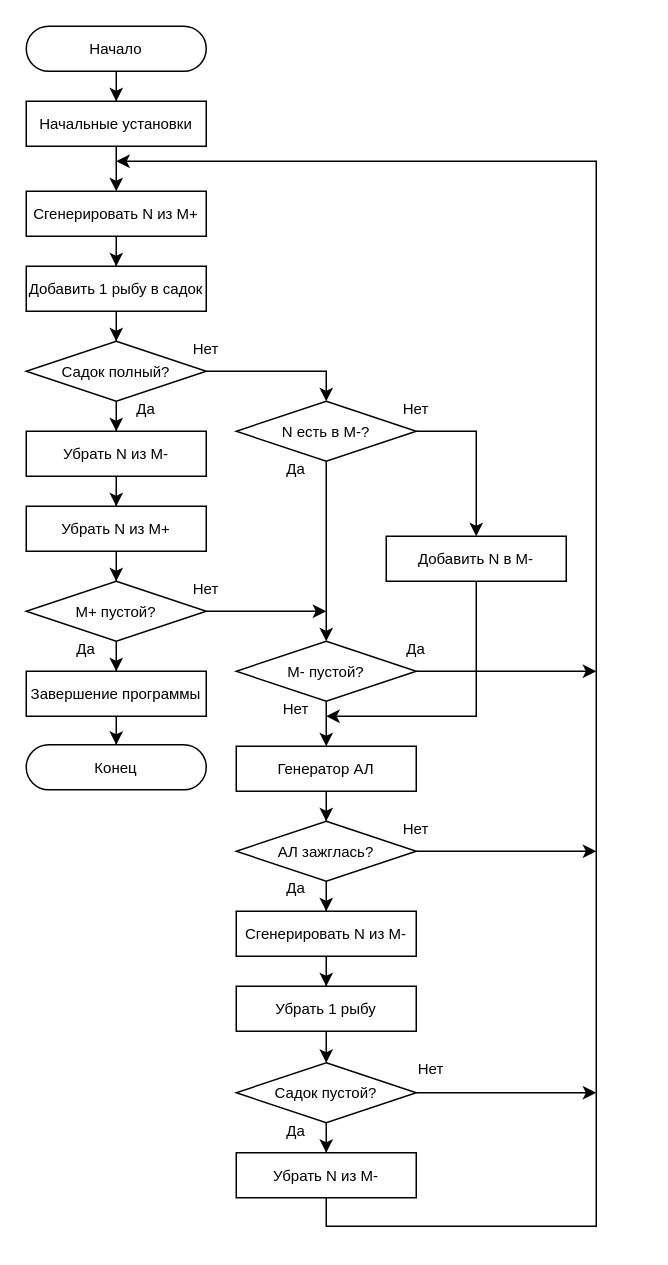
mkstas/LearningVyatSu keeps this draw.io diagram as automata-theory/labaratory-work-1/schema.drawio. Above is the earlier version. Source tidied: cells renumbered, new cells numbered last; positions are measured from the earlier drawing's top-left corner, leaving out a move shared by most shapes. Both pictures are drawn from the tidied source at 150%, with x=0, y=0 at pixel (26, 26).
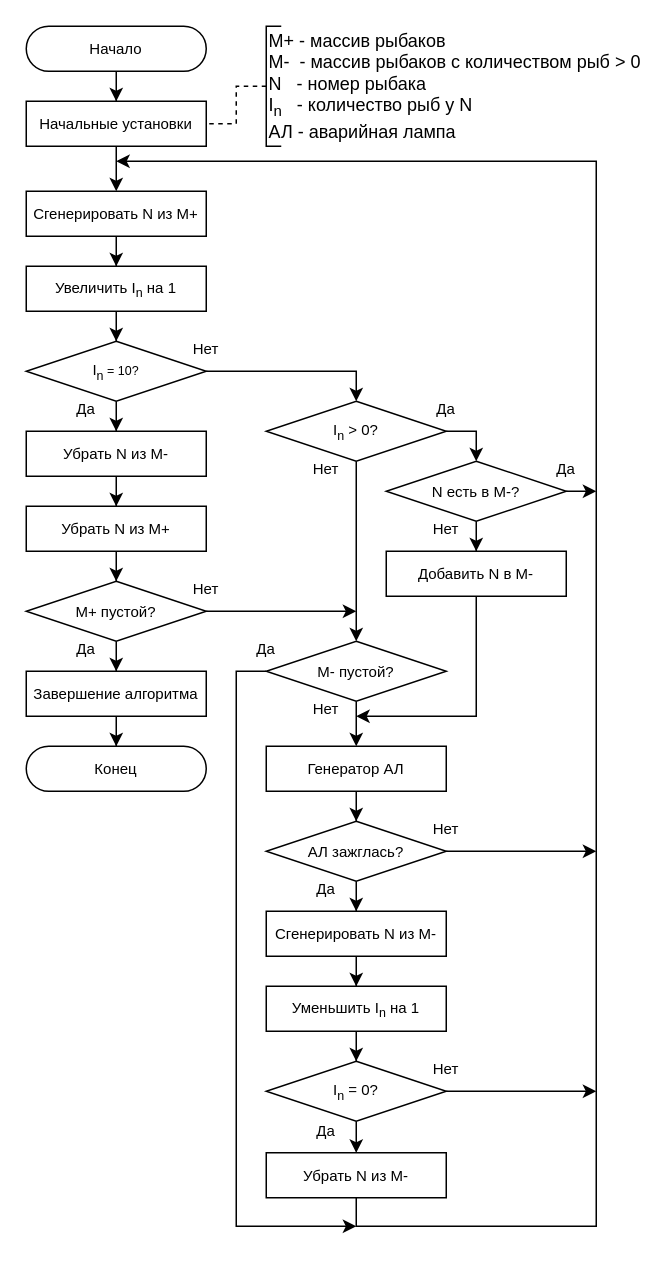
Above is the later version.

Unchanged cells that the change refers to:
```xml
<mxCell id="5" value="Начальные установки" style="rounded=0;whiteSpace=wrap;html=1;fontSize=10;" parent="1" vertex="1">
  <mxGeometry y="50" width="120" height="30" as="geometry" />
</mxCell>
<mxCell id="7" value="Сгенерировать N из M+" style="rounded=0;whiteSpace=wrap;html=1;fontSize=10;" parent="1" vertex="1">
  <mxGeometry y="110" width="120" height="30" as="geometry" />
</mxCell>
<mxCell id="14" value="Убрать N из M-" style="rounded=0;whiteSpace=wrap;html=1;fontSize=10;" parent="1" vertex="1">
  <mxGeometry y="270" width="120" height="30" as="geometry" />
</mxCell>
<mxCell id="20" value="M+ пустой?" style="rhombus;whiteSpace=wrap;html=1;fontSize=10;" parent="1" vertex="1">
  <mxGeometry y="370" width="120" height="40" as="geometry" />
</mxCell>
```

Change to the diagram source:
```diff
@@
-    <mxCell id="6" style="edgeStyle=orthogonalEdgeStyle;rounded=0;jettySize=auto;html=1;" parent="1" edge="1" source="7" target="9">
-      <mxGeometry relative="1" as="geometry" />
-    </mxCell>
+    <mxCell id="57" style="edgeStyle=orthogonalEdgeStyle;rounded=0;jettySize=auto;html=1;" parent="1" edge="1" source="7" target="59">
+      <mxGeometry relative="1" as="geometry" />
+    </mxCell>
@@
-    <mxCell id="8" style="edgeStyle=orthogonalEdgeStyle;rounded=0;jettySize=auto;html=1;" parent="1" edge="1" source="9" target="12">
-      <mxGeometry relative="1" as="geometry" />
-    </mxCell>
-    <mxCell id="9" value="Добавить 1 рыбу в садок" style="rounded=0;whiteSpace=wrap;html=1;fontSize=10;" parent="1" vertex="1">
-      <mxGeometry y="160" width="120" height="30" as="geometry" />
-    </mxCell>
-    <mxCell id="10" style="edgeStyle=orthogonalEdgeStyle;rounded=0;jettySize=auto;html=1;" parent="1" edge="1" source="12" target="14">
-      <mxGeometry relative="1" as="geometry" />
-    </mxCell>
-    <mxCell id="11" style="edgeStyle=orthogonalEdgeStyle;rounded=0;jettySize=auto;html=1;" parent="1" edge="1" source="12" target="23">
-      <mxGeometry relative="1" as="geometry">
-        <Array as="points">
-          <mxPoint x="200" y="230" />
-        </Array>
-      </mxGeometry>
-    </mxCell>
-    <mxCell id="12" value="Садок полный?" style="rhombus;whiteSpace=wrap;html=1;fontSize=10;" parent="1" vertex="1">
-      <mxGeometry y="210" width="120" height="40" as="geometry" />
-    </mxCell>
+    <mxCell id="58" style="edgeStyle=orthogonalEdgeStyle;rounded=0;jettySize=auto;html=1;" parent="1" edge="1" source="59" target="62">
+      <mxGeometry relative="1" as="geometry" />
+    </mxCell>
+    <mxCell id="59" value="Увеличить I&lt;sub&gt;n&lt;/sub&gt; на 1" style="rounded=0;whiteSpace=wrap;html=1;fontSize=10;" parent="1" vertex="1">
+      <mxGeometry y="160" width="120" height="30" as="geometry" />
+    </mxCell>
+    <mxCell id="60" style="edgeStyle=orthogonalEdgeStyle;rounded=0;jettySize=auto;html=1;" parent="1" edge="1" source="62" target="14">
+      <mxGeometry relative="1" as="geometry" />
+    </mxCell>
+    <mxCell id="61" style="edgeStyle=orthogonalEdgeStyle;rounded=0;jettySize=auto;html=1;" parent="1" edge="1" source="62" target="70">
+      <mxGeometry relative="1" as="geometry">
+        <Array as="points">
+          <mxPoint x="220" y="230" />
+        </Array>
+      </mxGeometry>
+    </mxCell>
+    <mxCell id="62" value="I&lt;sub&gt;n&lt;/sub&gt;&lt;span style=&quot;font-size: 8.33333px;&quot;&gt;&amp;nbsp;= 10?&lt;/span&gt;" style="rhombus;whiteSpace=wrap;html=1;fontSize=10;" parent="1" vertex="1">
+      <mxGeometry y="210" width="120" height="40" as="geometry" />
+    </mxCell>
@@
-    <mxCell id="17" value="Да" style="text;html=1;whiteSpace=wrap;strokeColor=none;fillColor=none;align=center;verticalAlign=middle;rounded=0;spacing=2;fontSize=10;" parent="1" vertex="1">
-      <mxGeometry x="50" y="240" width="60" height="30" as="geometry" />
-    </mxCell>
-    <mxCell id="18" style="edgeStyle=orthogonalEdgeStyle;rounded=0;jettySize=auto;html=1;" parent="1" edge="1" source="20">
-      <mxGeometry relative="1" as="geometry">
-        <mxPoint x="200" y="390" as="targetPoint" />
-      </mxGeometry>
-    </mxCell>
-    <mxCell id="19" style="edgeStyle=orthogonalEdgeStyle;rounded=0;jettySize=auto;html=1;" parent="1" edge="1" source="20" target="45">
-      <mxGeometry relative="1" as="geometry" />
-    </mxCell>
+    <mxCell id="63" style="edgeStyle=orthogonalEdgeStyle;rounded=0;jettySize=auto;html=1;" parent="1" edge="1" source="20" target="66">
+      <mxGeometry relative="1" as="geometry" />
+    </mxCell>
+    <mxCell id="64" style="edgeStyle=orthogonalEdgeStyle;rounded=0;jettySize=auto;html=1;" parent="1" edge="1" source="20">
+      <mxGeometry relative="1" as="geometry">
+        <mxPoint x="220" y="390" as="targetPoint" />
+      </mxGeometry>
+    </mxCell>
@@
-    <mxCell id="21" style="edgeStyle=orthogonalEdgeStyle;rounded=0;jettySize=auto;html=1;" parent="1" edge="1" source="23" target="27">
-      <mxGeometry relative="1" as="geometry" />
-    </mxCell>
-    <mxCell id="22" style="edgeStyle=orthogonalEdgeStyle;rounded=0;jettySize=auto;html=1;" parent="1" edge="1" source="23" target="29">
-      <mxGeometry relative="1" as="geometry">
-        <Array as="points">
-          <mxPoint x="300" y="270" />
-        </Array>
-      </mxGeometry>
-    </mxCell>
-    <mxCell id="23" value="N есть в M-?" style="rhombus;whiteSpace=wrap;html=1;fontSize=10;" parent="1" vertex="1">
-      <mxGeometry x="140" y="250" width="120" height="40" as="geometry" />
-    </mxCell>
+    <mxCell id="65" style="edgeStyle=orthogonalEdgeStyle;rounded=0;jettySize=auto;html=1;" parent="1" edge="1" source="66" target="46">
+      <mxGeometry relative="1" as="geometry" />
+    </mxCell>
+    <mxCell id="66" value="Завершение алгоритма" style="rounded=0;whiteSpace=wrap;html=1;fontSize=10;" parent="1" vertex="1">
+      <mxGeometry y="430" width="120" height="30" as="geometry" />
+    </mxCell>
+    <mxCell id="46" value="Конец" style="rounded=1;whiteSpace=wrap;html=1;arcSize=50;fontSize=10;" parent="1" vertex="1">
+      <mxGeometry y="480" width="120" height="30" as="geometry" />
+    </mxCell>
+    <mxCell id="67" value="Да" style="text;html=1;whiteSpace=wrap;strokeColor=none;fillColor=none;align=center;verticalAlign=middle;rounded=0;spacing=2;fontSize=10;" parent="1" vertex="1">
+      <mxGeometry x="10" y="240" width="60" height="30" as="geometry" />
+    </mxCell>
+    <mxCell id="49" value="Да" style="text;html=1;whiteSpace=wrap;strokeColor=none;fillColor=none;align=center;verticalAlign=middle;rounded=0;spacing=2;fontSize=10;" parent="1" vertex="1">
+      <mxGeometry x="10" y="400" width="60" height="30" as="geometry" />
+    </mxCell>
@@
+    <mxCell id="68" style="edgeStyle=orthogonalEdgeStyle;rounded=0;jettySize=auto;html=1;" parent="1" edge="1" source="70" target="27">
+      <mxGeometry relative="1" as="geometry" />
+    </mxCell>
+    <mxCell id="69" style="edgeStyle=orthogonalEdgeStyle;rounded=0;jettySize=auto;html=1;" parent="1" edge="1" source="70" target="23">
+      <mxGeometry relative="1" as="geometry">
+        <Array as="points">
+          <mxPoint x="300" y="270" />
+        </Array>
+      </mxGeometry>
+    </mxCell>
+    <mxCell id="70" value="I&lt;sub&gt;n&lt;/sub&gt; &amp;gt; 0?" style="rhombus;whiteSpace=wrap;html=1;fontSize=10;" parent="1" vertex="1">
+      <mxGeometry x="160" y="250" width="120" height="40" as="geometry" />
+    </mxCell>
@@
-    <mxCell id="26" style="edgeStyle=orthogonalEdgeStyle;rounded=0;jettySize=auto;html=1;" parent="1" edge="1" source="27">
-      <mxGeometry relative="1" as="geometry">
-        <mxPoint x="380" y="430" as="targetPoint" />
-      </mxGeometry>
-    </mxCell>
+    <mxCell id="71" style="edgeStyle=orthogonalEdgeStyle;rounded=0;jettySize=auto;html=1;endArrow=classic;endFill=1;" parent="1" edge="1" source="27">
+      <mxGeometry relative="1" as="geometry">
+        <mxPoint x="220" y="800" as="targetPoint" />
+        <Array as="points">
+          <mxPoint x="140" y="430" />
+          <mxPoint x="140" y="800" />
+        </Array>
+      </mxGeometry>
+    </mxCell>
     <mxCell id="27" value="M- пустой?" style="rhombus;whiteSpace=wrap;html=1;fontSize=10;" parent="1" vertex="1">
-      <mxGeometry x="140" y="410" width="120" height="40" as="geometry" />
+      <mxGeometry x="160" y="410" width="120" height="40" as="geometry" />
     </mxCell>
-    <mxCell id="28" style="edgeStyle=orthogonalEdgeStyle;rounded=0;jettySize=auto;html=1;" parent="1" edge="1" source="29">
-      <mxGeometry relative="1" as="geometry">
-        <mxPoint x="200" y="460" as="targetPoint" />
-        <Array as="points">
-          <mxPoint x="300" y="460" />
-        </Array>
-      </mxGeometry>
-    </mxCell>
-    <mxCell id="29" value="Добавить N в M-" style="rounded=0;whiteSpace=wrap;html=1;fontSize=10;" parent="1" vertex="1">
-      <mxGeometry x="240" y="340" width="120" height="30" as="geometry" />
-    </mxCell>
+    <mxCell id="50" value="Нет" style="text;html=1;whiteSpace=wrap;strokeColor=none;fillColor=none;align=center;verticalAlign=middle;rounded=0;spacing=2;fontSize=10;" parent="1" vertex="1">
+      <mxGeometry x="90" y="360" width="60" height="30" as="geometry" />
+    </mxCell>
+    <mxCell id="72" value="Нет" style="text;html=1;whiteSpace=wrap;strokeColor=none;fillColor=none;align=center;verticalAlign=middle;rounded=0;spacing=2;fontSize=10;" parent="1" vertex="1">
+      <mxGeometry x="170" y="280" width="60" height="30" as="geometry" />
+    </mxCell>
@@
     <mxCell id="31" value="Генератор АЛ" style="rounded=0;whiteSpace=wrap;html=1;fontSize=10;" parent="1" vertex="1">
-      <mxGeometry x="140" y="480" width="120" height="30" as="geometry" />
+      <mxGeometry x="160" y="480" width="120" height="30" as="geometry" />
     </mxCell>
+    <mxCell id="73" value="Нет" style="text;html=1;whiteSpace=wrap;strokeColor=none;fillColor=none;align=center;verticalAlign=middle;rounded=0;spacing=2;fontSize=10;" parent="1" vertex="1">
+      <mxGeometry x="170" y="440" width="60" height="30" as="geometry" />
+    </mxCell>
+    <mxCell id="22" style="edgeStyle=orthogonalEdgeStyle;rounded=0;jettySize=auto;html=1;" parent="1" edge="1" source="23" target="29">
+      <mxGeometry relative="1" as="geometry" />
+    </mxCell>
+    <mxCell id="74" style="edgeStyle=orthogonalEdgeStyle;rounded=0;jettySize=auto;html=1;" parent="1" edge="1" source="23">
+      <mxGeometry relative="1" as="geometry">
+        <mxPoint x="380" y="310" as="targetPoint" />
+      </mxGeometry>
+    </mxCell>
+    <mxCell id="23" value="N есть в M-?" style="rhombus;whiteSpace=wrap;html=1;fontSize=10;" parent="1" vertex="1">
+      <mxGeometry x="240" y="290" width="120" height="40" as="geometry" />
+    </mxCell>
+    <mxCell id="75" style="edgeStyle=orthogonalEdgeStyle;rounded=0;jettySize=auto;html=1;" parent="1" edge="1" source="29">
+      <mxGeometry relative="1" as="geometry">
+        <mxPoint x="220" y="460" as="targetPoint" />
+        <Array as="points">
+          <mxPoint x="300" y="460" />
+        </Array>
+      </mxGeometry>
+    </mxCell>
+    <mxCell id="29" value="Добавить N в M-" style="rounded=0;whiteSpace=wrap;html=1;fontSize=10;" parent="1" vertex="1">
+      <mxGeometry x="240" y="350" width="120" height="30" as="geometry" />
+    </mxCell>
+    <mxCell id="76" value="Да" style="text;html=1;whiteSpace=wrap;strokeColor=none;fillColor=none;align=center;verticalAlign=middle;rounded=0;spacing=2;fontSize=10;" parent="1" vertex="1">
+      <mxGeometry x="250" y="240" width="60" height="30" as="geometry" />
+    </mxCell>
+    <mxCell id="77" value="Нет" style="text;html=1;whiteSpace=wrap;strokeColor=none;fillColor=none;align=center;verticalAlign=middle;rounded=0;spacing=2;fontSize=10;" parent="1" vertex="1">
+      <mxGeometry x="250" y="320" width="60" height="30" as="geometry" />
+    </mxCell>
+    <mxCell id="78" value="Да" style="text;html=1;whiteSpace=wrap;strokeColor=none;fillColor=none;align=center;verticalAlign=middle;rounded=0;spacing=2;fontSize=10;" parent="1" vertex="1">
+      <mxGeometry x="330" y="280" width="60" height="30" as="geometry" />
+    </mxCell>
@@
-    <mxCell id="33" style="edgeStyle=orthogonalEdgeStyle;rounded=0;jettySize=auto;html=1;" parent="1" edge="1" source="34">
-      <mxGeometry relative="1" as="geometry">
-        <mxPoint x="380" y="550" as="targetPoint" />
-      </mxGeometry>
-    </mxCell>
+    <mxCell id="79" style="edgeStyle=orthogonalEdgeStyle;rounded=0;jettySize=auto;html=1;" parent="1" edge="1" source="34">
+      <mxGeometry relative="1" as="geometry">
+        <mxPoint x="380" y="550" as="targetPoint" />
+      </mxGeometry>
+    </mxCell>
     <mxCell id="34" value="АЛ зажглась?" style="rhombus;whiteSpace=wrap;html=1;fontSize=10;" parent="1" vertex="1">
-      <mxGeometry x="140" y="530" width="120" height="40" as="geometry" />
+      <mxGeometry x="160" y="530" width="120" height="40" as="geometry" />
     </mxCell>
-    <mxCell id="35" style="edgeStyle=orthogonalEdgeStyle;rounded=0;jettySize=auto;html=1;" parent="1" edge="1" source="36" target="38">
-      <mxGeometry relative="1" as="geometry" />
-    </mxCell>
+    <mxCell id="80" style="edgeStyle=orthogonalEdgeStyle;rounded=0;jettySize=auto;html=1;" parent="1" edge="1" source="36" target="82">
+      <mxGeometry relative="1" as="geometry" />
+    </mxCell>
     <mxCell id="36" value="Сгенерировать N из M-" style="rounded=0;whiteSpace=wrap;html=1;fontSize=10;" parent="1" vertex="1">
-      <mxGeometry x="140" y="590" width="120" height="30" as="geometry" />
+      <mxGeometry x="160" y="590" width="120" height="30" as="geometry" />
     </mxCell>
-    <mxCell id="37" style="edgeStyle=orthogonalEdgeStyle;rounded=0;jettySize=auto;html=1;" parent="1" edge="1" source="38" target="41">
-      <mxGeometry relative="1" as="geometry" />
-    </mxCell>
-    <mxCell id="38" value="Убрать 1 рыбу" style="rounded=0;whiteSpace=wrap;html=1;fontSize=10;" parent="1" vertex="1">
-      <mxGeometry x="140" y="640" width="120" height="30" as="geometry" />
-    </mxCell>
-    <mxCell id="39" style="edgeStyle=orthogonalEdgeStyle;rounded=0;jettySize=auto;html=1;" parent="1" edge="1" source="41" target="43">
-      <mxGeometry relative="1" as="geometry" />
-    </mxCell>
-    <mxCell id="40" style="edgeStyle=orthogonalEdgeStyle;rounded=0;jettySize=auto;html=1;" parent="1" edge="1" source="41">
-      <mxGeometry relative="1" as="geometry">
-        <mxPoint x="380" y="711" as="targetPoint" />
-      </mxGeometry>
-    </mxCell>
-    <mxCell id="41" value="Садок пустой?" style="rhombus;whiteSpace=wrap;html=1;fontSize=10;" parent="1" vertex="1">
-      <mxGeometry x="140" y="691" width="120" height="40" as="geometry" />
-    </mxCell>
-    <mxCell id="42" style="edgeStyle=orthogonalEdgeStyle;rounded=0;jettySize=auto;html=1;" parent="1" edge="1" source="43">
-      <mxGeometry relative="1" as="geometry">
-        <mxPoint x="60" y="90" as="targetPoint" />
-        <Array as="points">
-          <mxPoint x="200" y="800" />
-          <mxPoint x="380" y="800" />
-          <mxPoint x="380" y="90" />
-        </Array>
-      </mxGeometry>
-    </mxCell>
+    <mxCell id="81" style="edgeStyle=orthogonalEdgeStyle;rounded=0;jettySize=auto;html=1;" parent="1" edge="1" source="82" target="85">
+      <mxGeometry relative="1" as="geometry" />
+    </mxCell>
+    <mxCell id="82" value="Уменьшить I&lt;sub&gt;n&lt;/sub&gt;&amp;nbsp;на 1" style="rounded=0;whiteSpace=wrap;html=1;fontSize=10;" parent="1" vertex="1">
+      <mxGeometry x="160" y="640" width="120" height="30" as="geometry" />
+    </mxCell>
+    <mxCell id="83" style="edgeStyle=orthogonalEdgeStyle;rounded=0;jettySize=auto;html=1;" parent="1" edge="1" source="85" target="43">
+      <mxGeometry relative="1" as="geometry" />
+    </mxCell>
+    <mxCell id="84" style="edgeStyle=orthogonalEdgeStyle;rounded=0;jettySize=auto;html=1;" parent="1" edge="1" source="85">
+      <mxGeometry relative="1" as="geometry">
+        <mxPoint x="380" y="710" as="targetPoint" />
+      </mxGeometry>
+    </mxCell>
+    <mxCell id="85" value="I&lt;sub&gt;n&lt;/sub&gt;&amp;nbsp;= 0?" style="rhombus;whiteSpace=wrap;html=1;fontSize=10;" parent="1" vertex="1">
+      <mxGeometry x="160" y="690" width="120" height="40" as="geometry" />
+    </mxCell>
+    <mxCell id="86" style="edgeStyle=orthogonalEdgeStyle;rounded=0;jettySize=auto;html=1;" parent="1" edge="1" source="43">
+      <mxGeometry relative="1" as="geometry">
+        <mxPoint x="60" y="90" as="targetPoint" />
+        <Array as="points">
+          <mxPoint x="220" y="800" />
+          <mxPoint x="380" y="800" />
+          <mxPoint x="380" y="90" />
+        </Array>
+      </mxGeometry>
+    </mxCell>
     <mxCell id="43" value="Убрать N из M-" style="rounded=0;whiteSpace=wrap;html=1;fontSize=10;" parent="1" vertex="1">
-      <mxGeometry x="140" y="751" width="120" height="30" as="geometry" />
+      <mxGeometry x="160" y="751" width="120" height="30" as="geometry" />
     </mxCell>
-    <mxCell id="44" style="edgeStyle=orthogonalEdgeStyle;rounded=0;jettySize=auto;html=1;" parent="1" edge="1" source="45" target="46">
-      <mxGeometry relative="1" as="geometry" />
-    </mxCell>
-    <mxCell id="45" value="Завершение программы" style="rounded=0;whiteSpace=wrap;html=1;fontSize=10;" parent="1" vertex="1">
-      <mxGeometry y="430" width="120" height="30" as="geometry" />
-    </mxCell>
-    <mxCell id="46" value="Конец" style="rounded=1;whiteSpace=wrap;html=1;arcSize=50;fontSize=10;" parent="1" vertex="1">
-      <mxGeometry y="479" width="120" height="30" as="geometry" />
-    </mxCell>
-    <mxCell id="47" value="Нет" style="text;html=1;whiteSpace=wrap;strokeColor=none;fillColor=none;align=center;verticalAlign=middle;rounded=0;spacing=2;fontSize=10;" parent="1" vertex="1">
-      <mxGeometry x="230" y="240" width="60" height="30" as="geometry" />
-    </mxCell>
-    <mxCell id="48" value="Да" style="text;html=1;whiteSpace=wrap;strokeColor=none;fillColor=none;align=center;verticalAlign=middle;rounded=0;spacing=2;fontSize=10;" parent="1" vertex="1">
-      <mxGeometry x="150" y="280" width="60" height="30" as="geometry" />
-    </mxCell>
-    <mxCell id="49" value="Да" style="text;html=1;whiteSpace=wrap;strokeColor=none;fillColor=none;align=center;verticalAlign=middle;rounded=0;spacing=2;fontSize=10;" parent="1" vertex="1">
-      <mxGeometry x="10" y="400" width="60" height="30" as="geometry" />
-    </mxCell>
-    <mxCell id="50" value="Нет" style="text;html=1;whiteSpace=wrap;strokeColor=none;fillColor=none;align=center;verticalAlign=middle;rounded=0;spacing=2;fontSize=10;" parent="1" vertex="1">
-      <mxGeometry x="90" y="360" width="60" height="30" as="geometry" />
-    </mxCell>
-    <mxCell id="51" value="Нет" style="text;html=1;whiteSpace=wrap;strokeColor=none;fillColor=none;align=center;verticalAlign=middle;rounded=0;spacing=2;fontSize=10;" parent="1" vertex="1">
-      <mxGeometry x="150" y="440" width="60" height="30" as="geometry" />
-    </mxCell>
-    <mxCell id="52" value="Да" style="text;html=1;whiteSpace=wrap;strokeColor=none;fillColor=none;align=center;verticalAlign=middle;rounded=0;spacing=2;fontSize=10;" parent="1" vertex="1">
-      <mxGeometry x="230" y="400" width="60" height="30" as="geometry" />
-    </mxCell>
-    <mxCell id="53" value="Нет" style="text;html=1;whiteSpace=wrap;strokeColor=none;fillColor=none;align=center;verticalAlign=middle;rounded=0;spacing=2;fontSize=10;" parent="1" vertex="1">
-      <mxGeometry x="230" y="520" width="60" height="30" as="geometry" />
-    </mxCell>
-    <mxCell id="54" value="Нет" style="text;html=1;whiteSpace=wrap;strokeColor=none;fillColor=none;align=center;verticalAlign=middle;rounded=0;spacing=2;fontSize=10;" parent="1" vertex="1">
-      <mxGeometry x="240" y="680" width="60" height="30" as="geometry" />
-    </mxCell>
-    <mxCell id="55" value="Да" style="text;html=1;whiteSpace=wrap;strokeColor=none;fillColor=none;align=center;verticalAlign=middle;rounded=0;spacing=2;fontSize=10;" parent="1" vertex="1">
-      <mxGeometry x="150" y="559" width="60" height="30" as="geometry" />
-    </mxCell>
-    <mxCell id="56" value="Да" style="text;html=1;whiteSpace=wrap;strokeColor=none;fillColor=none;align=center;verticalAlign=middle;rounded=0;spacing=2;fontSize=10;" parent="1" vertex="1">
-      <mxGeometry x="150" y="721" width="60" height="30" as="geometry" />
-    </mxCell>
+    <mxCell id="87" value="Да" style="text;html=1;whiteSpace=wrap;strokeColor=none;fillColor=none;align=center;verticalAlign=middle;rounded=0;spacing=2;fontSize=10;" parent="1" vertex="1">
+      <mxGeometry x="170" y="560" width="60" height="30" as="geometry" />
+    </mxCell>
+    <mxCell id="88" value="Да" style="text;html=1;whiteSpace=wrap;strokeColor=none;fillColor=none;align=center;verticalAlign=middle;rounded=0;spacing=2;fontSize=10;" parent="1" vertex="1">
+      <mxGeometry x="170" y="721" width="60" height="30" as="geometry" />
+    </mxCell>
+    <mxCell id="89" value="Нет" style="text;html=1;whiteSpace=wrap;strokeColor=none;fillColor=none;align=center;verticalAlign=middle;rounded=0;spacing=2;fontSize=10;" parent="1" vertex="1">
+      <mxGeometry x="250" y="520" width="60" height="30" as="geometry" />
+    </mxCell>
+    <mxCell id="90" value="Нет" style="text;html=1;whiteSpace=wrap;strokeColor=none;fillColor=none;align=center;verticalAlign=middle;rounded=0;spacing=2;fontSize=10;" parent="1" vertex="1">
+      <mxGeometry x="250" y="680" width="60" height="30" as="geometry" />
+    </mxCell>
+    <mxCell id="91" value="Да" style="text;html=1;whiteSpace=wrap;strokeColor=none;fillColor=none;align=center;verticalAlign=middle;rounded=0;spacing=2;fontSize=10;" parent="1" vertex="1">
+      <mxGeometry x="130" y="400" width="60" height="30" as="geometry" />
+    </mxCell>
+    <mxCell id="92" style="edgeStyle=orthogonalEdgeStyle;rounded=0;jettySize=auto;html=1;exitX=0;exitY=0.5;exitDx=0;exitDy=0;exitPerimeter=0;endArrow=none;endFill=0;dashed=1;" parent="1" edge="1" source="93" target="5">
+      <mxGeometry relative="1" as="geometry">
+        <Array as="points">
+          <mxPoint x="140" y="40" />
+          <mxPoint x="140" y="65" />
+        </Array>
+      </mxGeometry>
+    </mxCell>
+    <mxCell id="93" value="M+ - массив рыбаков&lt;div&gt;M-&amp;nbsp; - массив рыбаков с количеством рыб &amp;gt; 0&lt;/div&gt;&lt;div&gt;N&amp;nbsp; &amp;nbsp;- номер рыбака&lt;/div&gt;&lt;div&gt;I&lt;sub&gt;n&lt;/sub&gt;&amp;nbsp; &amp;nbsp;- количество рыб у N&lt;/div&gt;&lt;div&gt;АЛ - аварийная лампа&lt;/div&gt;" style="strokeWidth=1;html=1;shape=mxgraph.flowchart.annotation_1;align=left;" parent="1" vertex="1">
+      <mxGeometry x="160" width="10" height="80" as="geometry" />
+    </mxCell>
```
